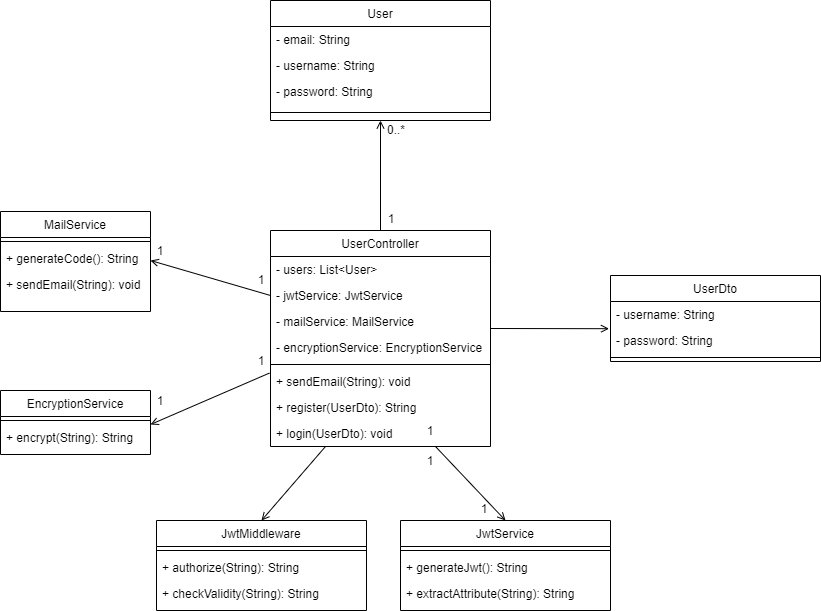
The draw.io diagram docs/UML/UserServiceClassDiagram.png in RobertFrentz/ASET---Private-Statistics, before a commit. Source tidied: cells renumbered, new cells last; positions are measured from the earlier drawing's top-left corner, leaving out a move shared by most shapes.
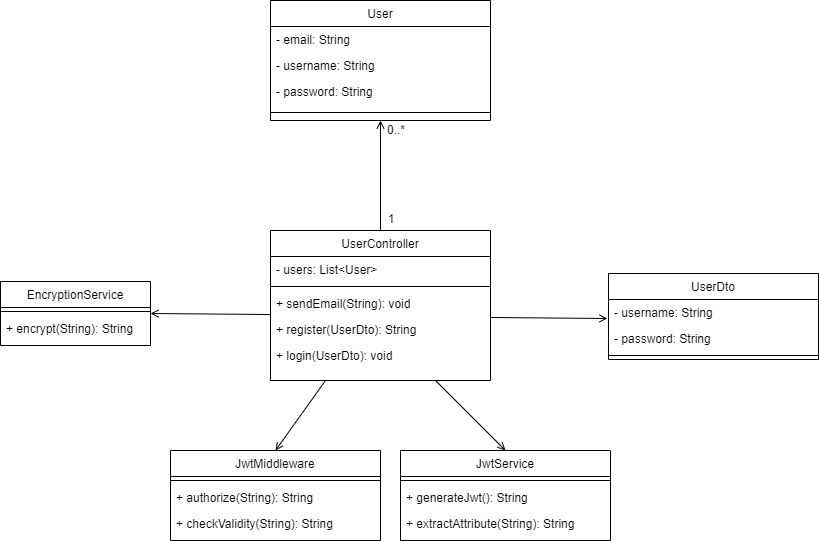
The same file after the commit.

Commit message:
Update Class Diagrams

Change to the diagram source:
```diff
@@ -18,7 +18,7 @@
       <mxGeometry y="104" width="220" height="16" as="geometry" />
     </mxCell>
     <mxCell id="7" value="JwtService" style="swimlane;fontStyle=0;align=center;verticalAlign=top;horizontal=1;startSize=26;rounded=0;shadow=0;strokeWidth=1;" parent="1" vertex="1">
-      <mxGeometry x="400" y="520" width="210" height="90" as="geometry" />
+      <mxGeometry x="400" y="450" width="210" height="90" as="geometry" />
     </mxCell>
     <mxCell id="8" style="line;html=1;strokeWidth=1;align=left;verticalAlign=middle;spacingTop=-1;spacingLeft=3;spacingRight=3;labelPosition=right;" parent="7" vertex="1">
       <mxGeometry y="26" width="210" height="8" as="geometry" />
@@ -33,64 +33,31 @@
       <mxGeometry relative="1" as="geometry" />
     </mxCell>
     <mxCell id="12" value="UserController" style="swimlane;fontStyle=0;align=center;verticalAlign=top;horizontal=1;startSize=26;rounded=0;shadow=0;strokeWidth=1;" parent="1" vertex="1">
-      <mxGeometry x="270" y="230" width="220" height="216" as="geometry" />
+      <mxGeometry x="270" y="230" width="220" height="150" as="geometry" />
     </mxCell>
     <mxCell id="13" value="- users: List&lt;User&gt;" style="text;align=left;verticalAlign=top;spacingLeft=4;spacingRight=4;overflow=hidden;" parent="12" vertex="1">
       <mxGeometry y="26" width="220" height="26" as="geometry" />
     </mxCell>
-    <mxCell id="14" value="- jwtService: JwtService" style="text;align=left;verticalAlign=top;spacingLeft=4;spacingRight=4;overflow=hidden;points=[[0,0.5],[1,0.5]];portConstraint=eastwest;" parent="12" vertex="1">
-      <mxGeometry y="52" width="220" height="26" as="geometry" />
-    </mxCell>
-    <mxCell id="15" value="- mailService: MailService" style="text;align=left;verticalAlign=top;spacingLeft=4;spacingRight=4;overflow=hidden;" parent="12" vertex="1">
-      <mxGeometry y="78" width="220" height="26" as="geometry" />
-    </mxCell>
-    <mxCell id="16" value="- encryptionService: EncryptionService" style="text;align=left;verticalAlign=top;spacingLeft=4;spacingRight=4;overflow=hidden;" parent="12" vertex="1">
-      <mxGeometry y="104" width="220" height="26" as="geometry" />
-    </mxCell>
     <mxCell id="17" style="line;html=1;strokeWidth=1;align=left;verticalAlign=middle;spacingTop=-1;spacingLeft=3;spacingRight=3;labelPosition=right;" parent="12" vertex="1">
-      <mxGeometry y="130" width="220" height="8" as="geometry" />
+      <mxGeometry y="52" width="220" height="8" as="geometry" />
     </mxCell>
     <mxCell id="18" value="+ sendEmail(String): void" style="text;align=left;verticalAlign=top;spacingLeft=4;spacingRight=4;overflow=hidden;" parent="12" vertex="1">
-      <mxGeometry y="138" width="220" height="26" as="geometry" />
+      <mxGeometry y="60" width="220" height="26" as="geometry" />
     </mxCell>
     <mxCell id="19" value="+ register(UserDto): String" style="text;align=left;verticalAlign=top;spacingLeft=4;spacingRight=4;overflow=hidden;" parent="12" vertex="1">
-      <mxGeometry y="164" width="220" height="26" as="geometry" />
+      <mxGeometry y="86" width="220" height="26" as="geometry" />
     </mxCell>
     <mxCell id="20" value="+ login(UserDto): void" style="text;align=left;verticalAlign=top;spacingLeft=4;spacingRight=4;overflow=hidden;" parent="12" vertex="1">
-      <mxGeometry y="190" width="220" height="26" as="geometry" />
+      <mxGeometry y="112" width="220" height="26" as="geometry" />
     </mxCell>
-    <mxCell id="21" value="MailService" style="swimlane;fontStyle=0;align=center;verticalAlign=top;horizontal=1;startSize=26;rounded=0;shadow=0;strokeWidth=1;" parent="1" vertex="1">
-      <mxGeometry y="211" width="150" height="100" as="geometry" />
-    </mxCell>
-    <mxCell id="22" style="line;html=1;strokeWidth=1;align=left;verticalAlign=middle;spacingTop=-1;spacingLeft=3;spacingRight=3;labelPosition=right;" parent="21" vertex="1">
-      <mxGeometry y="26" width="150" height="8" as="geometry" />
-    </mxCell>
-    <mxCell id="23" value="+ generateCode(): String" style="text;align=left;verticalAlign=top;spacingLeft=4;spacingRight=4;overflow=hidden;" parent="21" vertex="1">
-      <mxGeometry y="34" width="150" height="26" as="geometry" />
-    </mxCell>
-    <mxCell id="24" value="+ sendEmail(String): void" style="text;align=left;verticalAlign=top;spacingLeft=4;spacingRight=4;overflow=hidden;" parent="21" vertex="1">
-      <mxGeometry y="60" width="150" height="26" as="geometry" />
-    </mxCell>
     <mxCell id="25" value="0..*" style="text;html=1;strokeColor=none;fillColor=none;align=center;verticalAlign=middle;whiteSpace=wrap;rounded=0;" parent="1" vertex="1">
       <mxGeometry x="366" y="114" width="60" height="30" as="geometry" />
     </mxCell>
     <mxCell id="26" value="1" style="text;html=1;strokeColor=none;fillColor=none;align=center;verticalAlign=middle;whiteSpace=wrap;rounded=0;" parent="1" vertex="1">
       <mxGeometry x="361" y="203" width="60" height="30" as="geometry" />
     </mxCell>
-    <mxCell id="27" value="1" style="text;html=1;strokeColor=none;fillColor=none;align=center;verticalAlign=middle;whiteSpace=wrap;rounded=0;" parent="1" vertex="1">
-      <mxGeometry x="410" y="415" width="40" height="30" as="geometry" />
-    </mxCell>
-    <mxCell id="28" value="1" style="text;html=1;strokeColor=none;fillColor=none;align=center;verticalAlign=middle;whiteSpace=wrap;rounded=0;" parent="1" vertex="1">
-      <mxGeometry x="464" y="493" width="40" height="30" as="geometry" />
-    </mxCell>
-    <mxCell id="29" value="1" style="text;html=1;strokeColor=none;fillColor=none;align=center;verticalAlign=middle;whiteSpace=wrap;rounded=0;" parent="1" vertex="1">
-      <mxGeometry x="241" y="264" width="40" height="30" as="geometry" />
-    </mxCell>
-    <mxCell id="30" value="1" style="text;html=1;strokeColor=none;fillColor=none;align=center;verticalAlign=middle;whiteSpace=wrap;rounded=0;" parent="1" vertex="1">
-      <mxGeometry x="140" y="235" width="40" height="30" as="geometry" />
-    </mxCell>
     <mxCell id="31" value="JwtMiddleware" style="swimlane;fontStyle=0;align=center;verticalAlign=top;horizontal=1;startSize=26;rounded=0;shadow=0;strokeWidth=1;" parent="1" vertex="1">
-      <mxGeometry x="156" y="520" width="210" height="90" as="geometry" />
+      <mxGeometry x="170" y="450" width="210" height="90" as="geometry" />
     </mxCell>
     <mxCell id="32" style="line;html=1;strokeWidth=1;align=left;verticalAlign=middle;spacingTop=-1;spacingLeft=3;spacingRight=3;labelPosition=right;" parent="31" vertex="1">
       <mxGeometry y="26" width="210" height="8" as="geometry" />
@@ -108,7 +75,7 @@
       <mxGeometry relative="1" as="geometry" />
     </mxCell>
     <mxCell id="37" value="UserDto" style="swimlane;fontStyle=0;align=center;verticalAlign=top;horizontal=1;startSize=26;rounded=0;shadow=0;strokeWidth=1;" parent="1" vertex="1">
-      <mxGeometry x="610" y="275" width="210" height="86" as="geometry" />
+      <mxGeometry x="608" y="273" width="210" height="86" as="geometry" />
     </mxCell>
     <mxCell id="38" value="- username: String" style="text;align=left;verticalAlign=top;spacingLeft=4;spacingRight=4;overflow=hidden;" parent="37" vertex="1">
       <mxGeometry y="26" width="210" height="26" as="geometry" />
@@ -119,18 +86,14 @@
     <mxCell id="40" style="line;html=1;strokeWidth=1;align=left;verticalAlign=middle;spacingTop=-1;spacingLeft=3;spacingRight=3;labelPosition=right;" parent="37" vertex="1">
       <mxGeometry y="78" width="210" height="8" as="geometry" />
     </mxCell>
-    <mxCell id="41" style="endArrow=open;html=1;rounded=0;entryX=-0.007;entryY=0.046;entryDx=0;entryDy=0;entryPerimeter=0;endFill=0;" parent="1" edge="1" target="39">
+    <mxCell id="41" style="endArrow=open;html=1;rounded=0;endFill=0;entryX=-0.005;entryY=0.769;entryDx=0;entryDy=0;entryPerimeter=0;" parent="1" edge="1">
       <mxGeometry relative="1" as="geometry">
-        <mxPoint x="490" y="328" as="sourcePoint" />
+        <mxPoint x="490" y="317" as="sourcePoint" />
+        <mxPoint x="606.9" y="318" as="targetPoint" />
       </mxGeometry>
     </mxCell>
-    <mxCell id="42" style="endArrow=open;html=1;rounded=0;exitX=0;exitY=0.5;exitDx=0;exitDy=0;endFill=0;" parent="1" edge="1" source="14">
-      <mxGeometry relative="1" as="geometry">
-        <mxPoint x="150" y="260" as="targetPoint" />
-      </mxGeometry>
-    </mxCell>
     <mxCell id="43" value="EncryptionService" style="swimlane;fontStyle=0;align=center;verticalAlign=top;horizontal=1;startSize=26;rounded=0;shadow=0;strokeWidth=1;" parent="1" vertex="1">
-      <mxGeometry y="390" width="150" height="64" as="geometry" />
+      <mxGeometry y="281" width="150" height="64" as="geometry" />
     </mxCell>
     <mxCell id="44" style="line;html=1;strokeWidth=1;align=left;verticalAlign=middle;spacingTop=-1;spacingLeft=3;spacingRight=3;labelPosition=right;points=[];portConstraint=eastwest;" parent="43" vertex="1">
       <mxGeometry y="26" width="150" height="8" as="geometry" />
@@ -138,20 +101,10 @@
     <mxCell id="45" value="+ encrypt(String): String" style="text;align=left;verticalAlign=top;spacingLeft=4;spacingRight=4;overflow=hidden;" parent="43" vertex="1">
       <mxGeometry y="34" width="150" height="26" as="geometry" />
     </mxCell>
-    <mxCell id="46" style="endArrow=open;html=1;rounded=0;exitX=-0.005;exitY=1.023;exitDx=0;exitDy=0;exitPerimeter=0;endFill=0;" parent="1" edge="1">
+    <mxCell id="46" style="endArrow=open;html=1;rounded=0;exitX=-0.014;exitY=0.077;exitDx=0;exitDy=0;exitPerimeter=0;endFill=0;entryX=1;entryY=0.75;entryDx=0;entryDy=0;entryPerimeter=0;" parent="1" edge="1" target="44">
       <mxGeometry relative="1" as="geometry">
-        <mxPoint x="268.9" y="372.6" as="sourcePoint" />
-        <mxPoint x="150" y="424" as="targetPoint" />
+        <mxPoint x="270" y="314" as="sourcePoint" />
       </mxGeometry>
     </mxCell>
-    <mxCell id="47" value="1" style="text;html=1;strokeColor=none;fillColor=none;align=center;verticalAlign=middle;whiteSpace=wrap;rounded=0;" parent="1" vertex="1">
-      <mxGeometry x="241" y="345" width="40" height="30" as="geometry" />
-    </mxCell>
-    <mxCell id="48" value="1" style="text;html=1;strokeColor=none;fillColor=none;align=center;verticalAlign=middle;whiteSpace=wrap;rounded=0;" parent="1" vertex="1">
-      <mxGeometry x="140" y="385" width="40" height="30" as="geometry" />
-    </mxCell>
-    <mxCell id="49" value="1" style="text;html=1;strokeColor=none;fillColor=none;align=center;verticalAlign=middle;whiteSpace=wrap;rounded=0;" parent="1" vertex="1">
-      <mxGeometry x="410" y="445" width="40" height="30" as="geometry" />
-    </mxCell>
   </root>
 </mxGraphModel>
```
